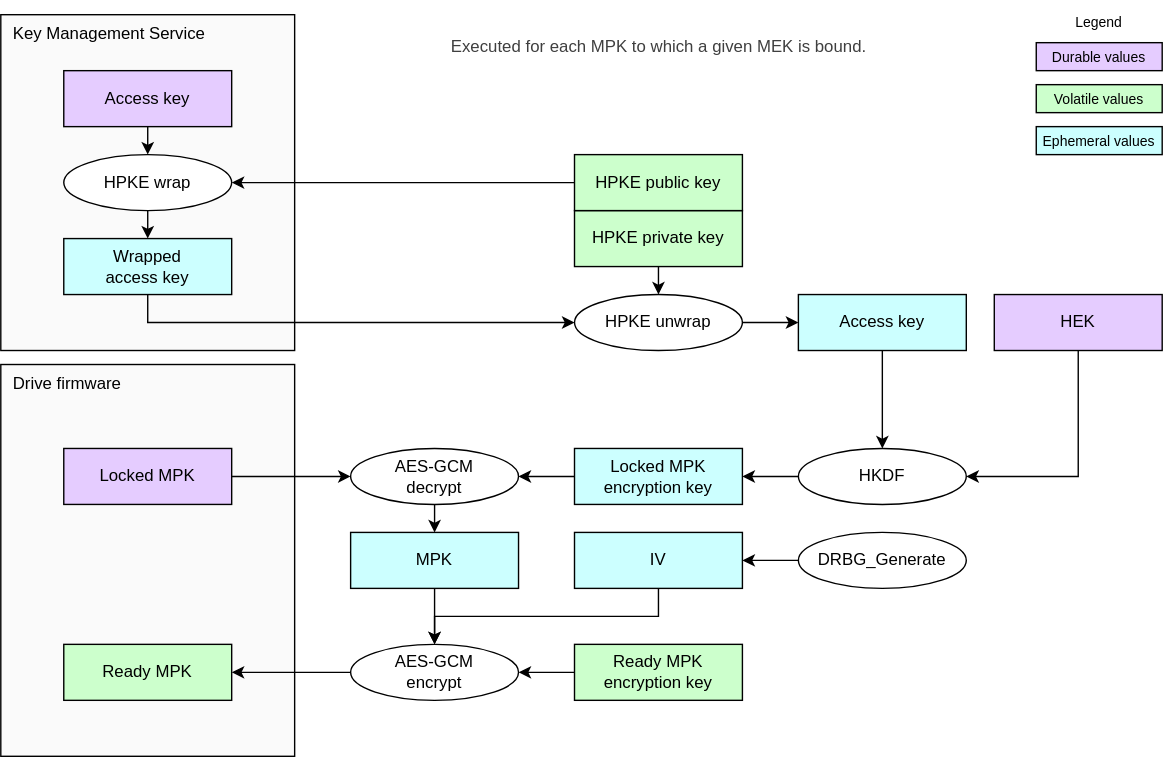
Above: doc/ocp_lock/diagrams/mpk_ready.drawio.svg in chipsalliance/Caliptra (draw.io), before the change. Source tidied: cells renumbered, new cells last; positions are measured from the earlier drawing's top-left corner, leaving out a move shared by most shapes.
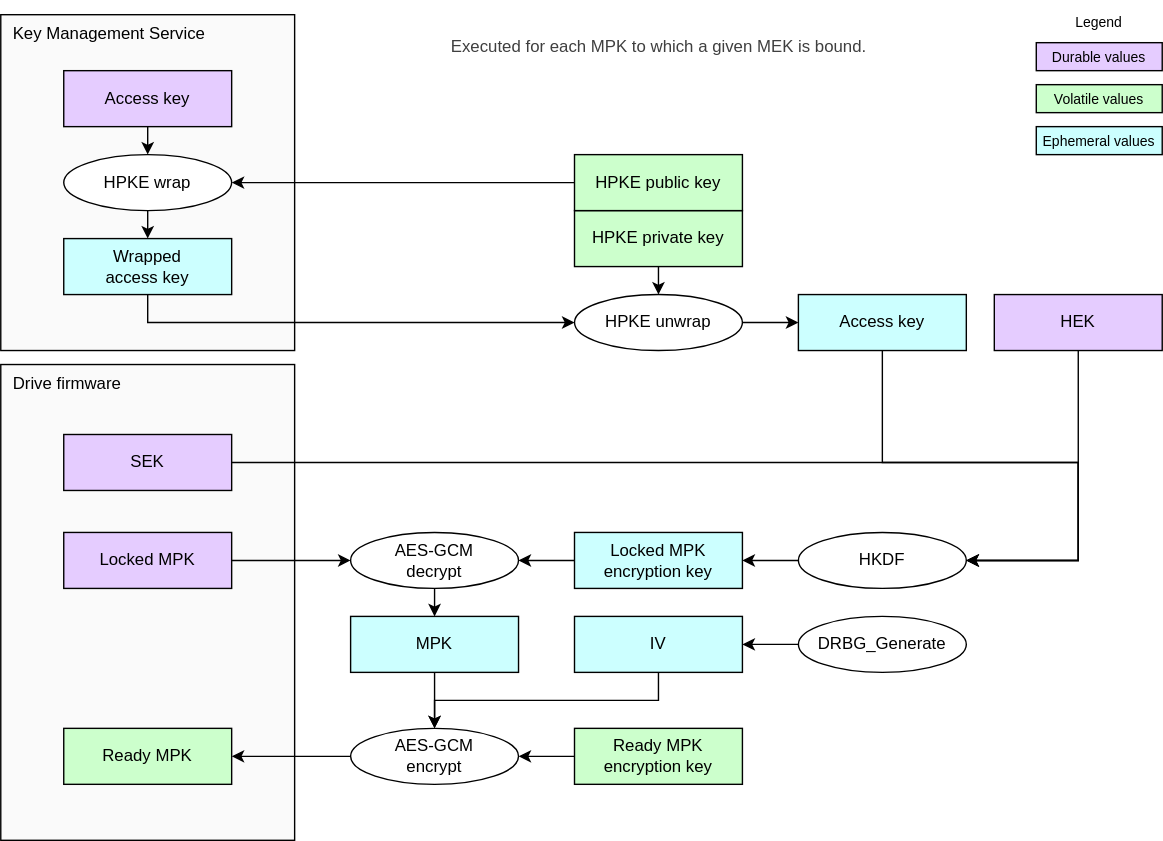
The same file after the commit.

Change to the diagram source:
```diff
@@ -3,40 +3,40 @@
     <mxCell id="0" />
     <mxCell id="1" parent="0" />
     <mxCell id="2" value="Drive firmware" style="rounded=0;whiteSpace=wrap;html=1;fillColor=#FAFAFA;strokeColor=#000000;align=left;verticalAlign=top;spacingLeft=7;" parent="1" vertex="1">
-      <mxGeometry y="260" width="210" height="280" as="geometry" />
+      <mxGeometry y="260" width="210" height="340" as="geometry" />
     </mxCell>
     <mxCell id="3" value="Key Management Service" style="rounded=0;whiteSpace=wrap;html=1;fillColor=#FAFAFA;strokeColor=#000000;align=left;verticalAlign=top;spacingLeft=7;" parent="1" vertex="1">
       <mxGeometry y="10" width="210" height="240" as="geometry" />
     </mxCell>
     <mxCell id="4" value="&lt;div&gt;&lt;font color=&quot;#000000&quot;&gt;Locked MPK&lt;/font&gt;&lt;/div&gt;" style="rounded=0;whiteSpace=wrap;html=1;align=center;verticalAlign=middle;shadow=0;glass=0;spacingLeft=0;spacingBottom=0;spacingTop=0;fillColor=#E5CCFF;" parent="1" vertex="1">
-      <mxGeometry x="45" y="320" width="120" height="40" as="geometry" />
+      <mxGeometry x="45" y="380" width="120" height="40" as="geometry" />
     </mxCell>
     <mxCell id="5" value="&lt;div&gt;&lt;font color=&quot;#000000&quot;&gt;Ready MPK&lt;/font&gt;&lt;/div&gt;" style="rounded=0;whiteSpace=wrap;html=1;align=center;verticalAlign=middle;shadow=0;glass=0;spacingLeft=0;spacingBottom=0;spacingTop=0;fillColor=#CCFFCC;" parent="1" vertex="1">
-      <mxGeometry x="45" y="460" width="120" height="40" as="geometry" />
+      <mxGeometry x="45" y="520" width="120" height="40" as="geometry" />
     </mxCell>
     <mxCell id="6" value="&lt;div&gt;&lt;font color=&quot;#000000&quot;&gt;HEK&lt;/font&gt;&lt;/div&gt;" style="rounded=0;whiteSpace=wrap;html=1;align=center;verticalAlign=middle;shadow=0;glass=0;spacingLeft=0;spacingBottom=0;spacingTop=0;fillColor=#E5CCFF;" parent="1" vertex="1">
       <mxGeometry x="710" y="210" width="120" height="40" as="geometry" />
     </mxCell>
     <mxCell id="7" value="&lt;div&gt;&lt;font color=&quot;#000000&quot;&gt;Locked MPK encryption key&lt;/font&gt;&lt;/div&gt;" style="rounded=0;whiteSpace=wrap;html=1;align=center;verticalAlign=middle;shadow=0;glass=0;spacingLeft=0;spacingBottom=0;spacingTop=0;fillColor=#CCFFFF;" parent="1" vertex="1">
-      <mxGeometry x="410" y="320" width="120" height="40" as="geometry" />
+      <mxGeometry x="410" y="380" width="120" height="40" as="geometry" />
     </mxCell>
     <mxCell id="8" value="&lt;div&gt;&lt;font color=&quot;#000000&quot;&gt;Access key&lt;/font&gt;&lt;/div&gt;" style="rounded=0;whiteSpace=wrap;html=1;align=center;verticalAlign=middle;shadow=0;glass=0;spacingLeft=0;spacingBottom=0;spacingTop=0;fillColor=#CCFFFF;" parent="1" vertex="1">
       <mxGeometry x="570" y="210" width="120" height="40" as="geometry" />
     </mxCell>
     <mxCell id="9" value="HKDF" style="ellipse;whiteSpace=wrap;html=1;fillColor=#FFFFFF;" parent="1" vertex="1">
-      <mxGeometry x="570" y="320" width="120" height="40" as="geometry" />
+      <mxGeometry x="570" y="380" width="120" height="40" as="geometry" />
     </mxCell>
     <mxCell id="10" style="edgeStyle=none;html=1;" parent="1" edge="1" source="11" target="20">
       <mxGeometry relative="1" as="geometry" />
     </mxCell>
     <mxCell id="11" value="AES-GCM&lt;div&gt;decrypt&lt;/div&gt;" style="ellipse;whiteSpace=wrap;html=1;fillColor=#FFFFFF;" parent="1" vertex="1">
-      <mxGeometry x="250" y="320" width="120" height="40" as="geometry" />
+      <mxGeometry x="250" y="380" width="120" height="40" as="geometry" />
     </mxCell>
     <mxCell id="12" value="&lt;div&gt;&lt;font color=&quot;#000000&quot;&gt;Ready MPK encryption key&lt;/font&gt;&lt;/div&gt;" style="rounded=0;whiteSpace=wrap;html=1;align=center;verticalAlign=middle;shadow=0;glass=0;spacingLeft=0;spacingBottom=0;spacingTop=0;fillColor=#CCFFCC;" parent="1" vertex="1">
-      <mxGeometry x="410" y="460" width="120" height="40" as="geometry" />
+      <mxGeometry x="410" y="520" width="120" height="40" as="geometry" />
     </mxCell>
     <mxCell id="13" value="AES-GCM&lt;div&gt;encrypt&lt;/div&gt;" style="ellipse;whiteSpace=wrap;html=1;fillColor=#FFFFFF;" parent="1" vertex="1">
-      <mxGeometry x="250" y="460" width="120" height="40" as="geometry" />
+      <mxGeometry x="250" y="520" width="120" height="40" as="geometry" />
     </mxCell>
     <mxCell id="14" style="endArrow=classic;html=1;exitX=1;exitY=0.5;exitDx=0;exitDy=0;entryX=0;entryY=0.5;entryDx=0;entryDy=0;endSize=6;startSize=6;" parent="1" edge="1" source="4" target="11">
       <mxGeometry relative="1" as="geometry" />
@@ -44,8 +44,14 @@
     <mxCell id="15" style="endArrow=classic;html=1;exitX=0;exitY=0.5;exitDx=0;exitDy=0;entryX=1;entryY=0.5;entryDx=0;entryDy=0;endSize=6;startSize=6;" parent="1" edge="1" source="7" target="11">
       <mxGeometry relative="1" as="geometry" />
     </mxCell>
-    <mxCell id="16" style="endArrow=classic;html=1;exitX=0.5;exitY=1;exitDx=0;exitDy=0;endSize=6;startSize=6;" parent="1" edge="1" source="8" target="9">
-      <mxGeometry relative="1" as="geometry" />
+    <mxCell id="16" style="endArrow=classic;html=1;exitX=0.5;exitY=1;exitDx=0;exitDy=0;endSize=6;startSize=6;entryX=1;entryY=0.5;entryDx=0;entryDy=0;edgeStyle=orthogonalEdgeStyle;rounded=0;curved=0;" parent="1" edge="1" source="8" target="9">
+      <mxGeometry relative="1" as="geometry">
+        <Array as="points">
+          <mxPoint x="630" y="330" />
+          <mxPoint x="770" y="330" />
+          <mxPoint x="770" y="400" />
+        </Array>
+      </mxGeometry>
     </mxCell>
     <mxCell id="17" style="endArrow=classic;html=1;exitX=0;exitY=0.5;exitDx=0;exitDy=0;entryX=1;entryY=0.5;entryDx=0;entryDy=0;endSize=6;startSize=6;" parent="1" edge="1" source="9" target="7">
       <mxGeometry relative="1" as="geometry" />
@@ -57,12 +63,12 @@
       <mxGeometry relative="1" as="geometry" />
     </mxCell>
     <mxCell id="20" value="&lt;div&gt;&lt;font color=&quot;#000000&quot;&gt;MPK&lt;/font&gt;&lt;/div&gt;" style="rounded=0;whiteSpace=wrap;html=1;align=center;verticalAlign=middle;shadow=0;glass=0;spacingLeft=0;spacingBottom=0;spacingTop=0;fillColor=#CCFFFF;" parent="1" vertex="1">
-      <mxGeometry x="250" y="380" width="120" height="40" as="geometry" />
+      <mxGeometry x="250" y="440" width="120" height="40" as="geometry" />
     </mxCell>
     <mxCell id="21" style="edgeStyle=segmentEdgeStyle;endArrow=classic;html=1;curved=0;rounded=0;endSize=6;startSize=6;entryX=1;entryY=0.5;entryDx=0;entryDy=0;exitX=0.5;exitY=1;exitDx=0;exitDy=0;" parent="1" edge="1" source="6" target="9">
       <mxGeometry relative="1" as="geometry">
         <Array as="points">
-          <mxPoint x="770" y="340" />
+          <mxPoint x="770" y="400" />
         </Array>
       </mxGeometry>
     </mxCell>
@@ -127,10 +133,10 @@
       <mxGeometry relative="1" as="geometry" />
     </mxCell>
     <mxCell id="39" value="&lt;div&gt;&lt;font color=&quot;#000000&quot;&gt;IV&lt;/font&gt;&lt;/div&gt;" style="rounded=0;whiteSpace=wrap;html=1;align=center;verticalAlign=middle;shadow=0;glass=0;spacingLeft=0;spacingBottom=0;spacingTop=0;fillColor=#CCFFFF;" parent="1" vertex="1">
-      <mxGeometry x="410" y="380" width="120" height="40" as="geometry" />
+      <mxGeometry x="410" y="440" width="120" height="40" as="geometry" />
     </mxCell>
     <mxCell id="40" value="DRBG_Generate" style="ellipse;whiteSpace=wrap;html=1;fillColor=#FFFFFF;" parent="1" vertex="1">
-      <mxGeometry x="570" y="380" width="120" height="40" as="geometry" />
+      <mxGeometry x="570" y="440" width="120" height="40" as="geometry" />
     </mxCell>
     <mxCell id="41" style="endArrow=classic;html=1;exitX=0;exitY=0.5;exitDx=0;exitDy=0;entryX=1;entryY=0.5;entryDx=0;entryDy=0;endSize=6;startSize=6;" parent="1" edge="1" source="40" target="39">
       <mxGeometry relative="1" as="geometry" />
@@ -141,5 +147,16 @@
     <mxCell id="43" style="edgeStyle=none;html=1;exitX=0.5;exitY=1;exitDx=0;exitDy=0;entryX=0.5;entryY=0;entryDx=0;entryDy=0;" parent="1" edge="1" source="20" target="13">
       <mxGeometry relative="1" as="geometry" />
     </mxCell>
+    <mxCell id="44" value="&lt;div&gt;&lt;font color=&quot;#000000&quot;&gt;SEK&lt;/font&gt;&lt;/div&gt;" style="rounded=0;whiteSpace=wrap;html=1;align=center;verticalAlign=middle;shadow=0;glass=0;spacingLeft=0;spacingBottom=0;spacingTop=0;fillColor=#E5CCFF;" parent="1" vertex="1">
+      <mxGeometry x="45" y="310" width="120" height="40" as="geometry" />
+    </mxCell>
+    <mxCell id="45" style="endArrow=classic;html=1;exitX=1;exitY=0.5;exitDx=0;exitDy=0;endSize=6;startSize=6;edgeStyle=orthogonalEdgeStyle;rounded=0;entryX=1;entryY=0.5;entryDx=0;entryDy=0;" parent="1" edge="1" source="44" target="9">
+      <mxGeometry relative="1" as="geometry">
+        <Array as="points">
+          <mxPoint x="770" y="330" />
+          <mxPoint x="770" y="400" />
+        </Array>
+      </mxGeometry>
+    </mxCell>
   </root>
 </mxGraphModel>
```
